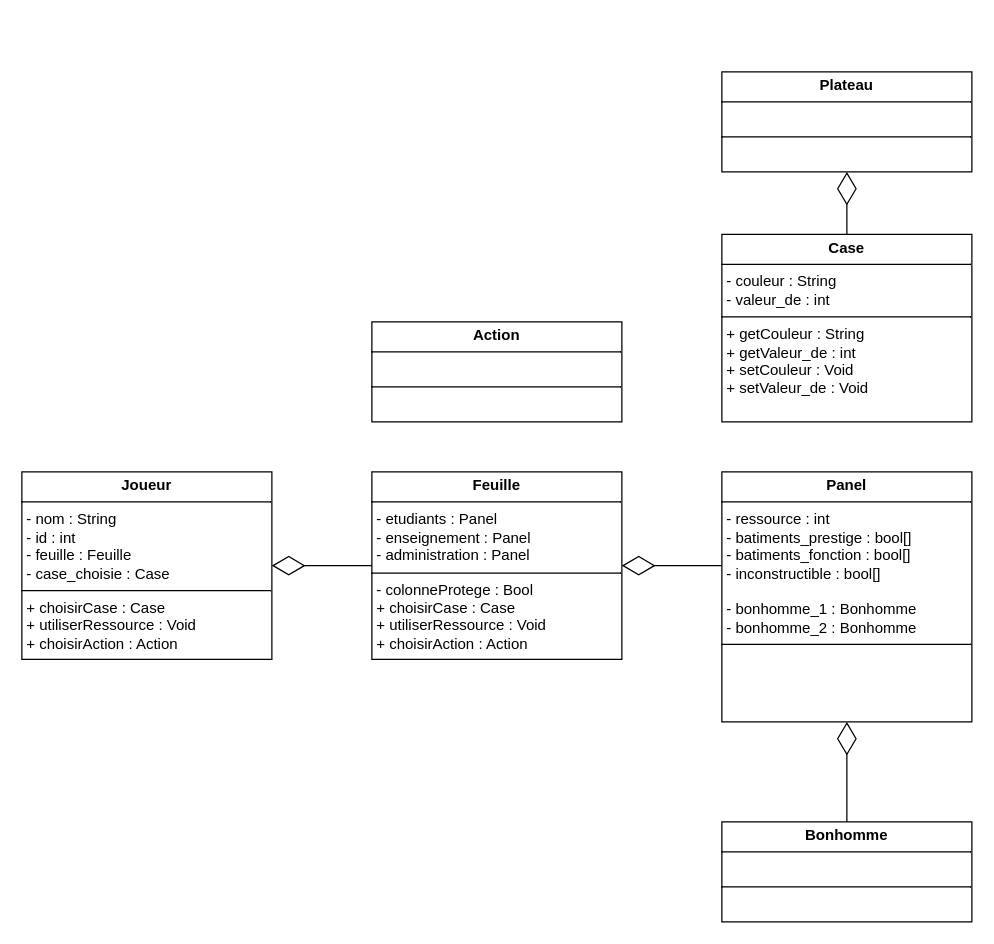
Above: diagrammeClassTroyes-Dice.drawio in AntoineMilochevitch/Troyes-Dice (draw.io), before the change. Source tidied: cells renumbered, new cells numbered last; positions are measured from the earlier drawing's top-left corner, leaving out a move shared by most shapes. Both pictures are drawn from the tidied source at 125%, with x=0, y=0 at pixel (21, 71).
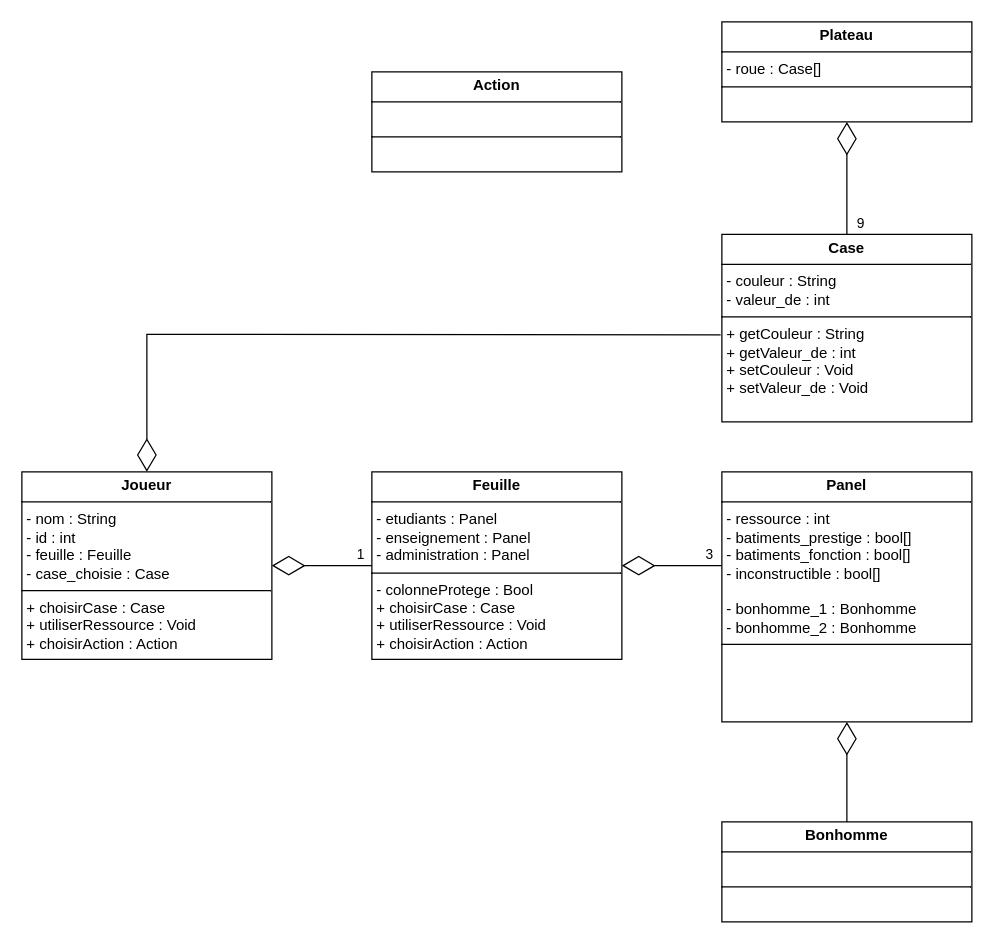
The same diagram, later.

Commit message:
Mettre à jour diagrammeClassTroyes-Dice.drawio

Unchanged cells that the change refers to:
```xml
<mxCell id="2" value="&lt;p style=&quot;margin:0px;margin-top:4px;text-align:center;&quot;&gt;&lt;b&gt;Joueur&lt;/b&gt;&lt;/p&gt;&lt;hr size=&quot;1&quot; style=&quot;border-style:solid;&quot;&gt;&lt;p style=&quot;margin:0px;margin-left:4px;&quot;&gt;- nom : String&lt;/p&gt;&lt;p style=&quot;margin:0px;margin-left:4px;&quot;&gt;- id : int&lt;/p&gt;&lt;p style=&quot;margin:0px;margin-left:4px;&quot;&gt;- feuille : Feuille&lt;/p&gt;&lt;p style=&quot;margin:0px;margin-left:4px;&quot;&gt;- case_choisie : Case&lt;/p&gt;&lt;hr size=&quot;1&quot; style=&quot;border-style:solid;&quot;&gt;&lt;p style=&quot;margin:0px;margin-left:4px;&quot;&gt;+ choisirCase : Case&lt;/p&gt;&lt;p style=&quot;margin:0px;margin-left:4px;&quot;&gt;+ utiliserRessource : Void&lt;/p&gt;&lt;p style=&quot;margin:0px;margin-left:4px;&quot;&gt;+ choisirAction : Action&lt;/p&gt;" style="verticalAlign=top;align=left;overflow=fill;html=1;whiteSpace=wrap;" parent="1" vertex="1">
  <mxGeometry y="320" width="200" height="150" as="geometry" />
</mxCell>
<mxCell id="5" style="endArrow=diamondThin;endFill=0;endSize=24;html=1;rounded=0;exitX=0;exitY=0.5;exitDx=0;exitDy=0;entryX=1;entryY=0.5;entryDx=0;entryDy=0;" parent="1" edge="1" source="4" target="2">
  <mxGeometry relative="1" as="geometry">
    <Array as="points">
      <mxPoint x="280" y="395" />
    </Array>
  </mxGeometry>
</mxCell>
<mxCell id="6" value="&lt;p style=&quot;margin:0px;margin-top:4px;text-align:center;&quot;&gt;&lt;b&gt;Case&lt;/b&gt;&lt;/p&gt;&lt;hr size=&quot;1&quot; style=&quot;border-style:solid;&quot;&gt;&lt;p style=&quot;margin:0px;margin-left:4px;&quot;&gt;- couleur : String&lt;/p&gt;&lt;p style=&quot;margin:0px;margin-left:4px;&quot;&gt;- valeur_de : int&lt;/p&gt;&lt;hr size=&quot;1&quot; style=&quot;border-style:solid;&quot;&gt;&lt;p style=&quot;margin:0px;margin-left:4px;&quot;&gt;+ getCouleur : String&lt;/p&gt;&lt;p style=&quot;margin:0px;margin-left:4px;&quot;&gt;+ getValeur_de : int&lt;/p&gt;&lt;p style=&quot;margin:0px;margin-left:4px;&quot;&gt;+ setCouleur : Void&lt;/p&gt;&lt;p style=&quot;margin:0px;margin-left:4px;&quot;&gt;+ setValeur_de : Void&lt;/p&gt;" style="verticalAlign=top;align=left;overflow=fill;html=1;whiteSpace=wrap;" parent="1" vertex="1">
  <mxGeometry x="560" y="130" width="200" height="150" as="geometry" />
</mxCell>
<mxCell id="8" style="endArrow=diamondThin;endFill=0;endSize=24;html=1;rounded=0;exitX=0.5;exitY=0;exitDx=0;exitDy=0;entryX=0.5;entryY=1;entryDx=0;entryDy=0;" parent="1" edge="1" source="6" target="7">
  <mxGeometry relative="1" as="geometry">
    <Array as="points">
      <mxPoint x="660" y="120" />
    </Array>
  </mxGeometry>
</mxCell>
<mxCell id="10" style="endArrow=diamondThin;endFill=0;endSize=24;html=1;rounded=0;entryX=1;entryY=0.5;entryDx=0;entryDy=0;" parent="1" edge="1" target="4">
  <mxGeometry relative="1" as="geometry">
    <mxPoint x="560" y="395" as="sourcePoint" />
    <Array as="points">
      <mxPoint x="520" y="395" />
    </Array>
  </mxGeometry>
</mxCell>
```

Diff of the diagram source:
```diff
@@
     <mxCell id="3" value="&lt;p style=&quot;margin:0px;margin-top:4px;text-align:center;&quot;&gt;&lt;b&gt;Action&lt;/b&gt;&lt;/p&gt;&lt;hr size=&quot;1&quot; style=&quot;border-style:solid;&quot;&gt;&lt;p style=&quot;margin:0px;margin-left:4px;&quot;&gt;&lt;br&gt;&lt;/p&gt;&lt;hr size=&quot;1&quot; style=&quot;border-style:solid;&quot;&gt;&lt;p style=&quot;margin:0px;margin-left:4px;&quot;&gt;&lt;br&gt;&lt;/p&gt;" style="verticalAlign=top;align=left;overflow=fill;html=1;whiteSpace=wrap;" parent="1" vertex="1">
-      <mxGeometry x="280" y="200" width="200" height="80" as="geometry" />
+      <mxGeometry x="280" width="200" height="80" as="geometry" />
     </mxCell>
@@
+    <mxCell id="13" value="1" style="edgeLabel;html=1;align=center;verticalAlign=middle;" parent="5" vertex="1">
+      <mxGeometry x="-0.14" y="1" relative="1" as="geometry">
+        <mxPoint x="24" y="-11" as="offset" />
+      </mxGeometry>
+    </mxCell>
@@
-    <mxCell id="7" value="&lt;p style=&quot;margin:0px;margin-top:4px;text-align:center;&quot;&gt;&lt;b&gt;Plateau&lt;/b&gt;&lt;/p&gt;&lt;hr size=&quot;1&quot; style=&quot;border-style:solid;&quot;&gt;&lt;p style=&quot;margin:0px;margin-left:4px;&quot;&gt;&lt;br&gt;&lt;/p&gt;&lt;hr size=&quot;1&quot; style=&quot;border-style:solid;&quot;&gt;&lt;p style=&quot;margin:0px;margin-left:4px;&quot;&gt;&lt;br&gt;&lt;/p&gt;" style="verticalAlign=top;align=left;overflow=fill;html=1;whiteSpace=wrap;" parent="1" vertex="1">
-      <mxGeometry x="560" width="200" height="80" as="geometry" />
+    <mxCell id="7" value="&lt;p style=&quot;margin:0px;margin-top:4px;text-align:center;&quot;&gt;&lt;b&gt;Plateau&lt;/b&gt;&lt;/p&gt;&lt;hr size=&quot;1&quot; style=&quot;border-style:solid;&quot;&gt;&lt;p style=&quot;margin:0px;margin-left:4px;&quot;&gt;- roue : Case[]&lt;/p&gt;&lt;hr size=&quot;1&quot; style=&quot;border-style:solid;&quot;&gt;&lt;p style=&quot;margin:0px;margin-left:4px;&quot;&gt;&lt;br&gt;&lt;/p&gt;" style="verticalAlign=top;align=left;overflow=fill;html=1;whiteSpace=wrap;" parent="1" vertex="1">
+      <mxGeometry x="560" y="-40" width="200" height="80" as="geometry" />
     </mxCell>
@@
+    <mxCell id="14" value="9" style="edgeLabel;html=1;align=center;verticalAlign=middle;" parent="8" vertex="1">
+      <mxGeometry x="-0.62" y="-1" relative="1" as="geometry">
+        <mxPoint x="9" y="7" as="offset" />
+      </mxGeometry>
+    </mxCell>
@@
+    <mxCell id="15" value="3" style="edgeLabel;html=1;align=center;verticalAlign=middle;" parent="10" vertex="1">
+      <mxGeometry x="-0.73" y="-3" relative="1" as="geometry">
+        <mxPoint y="-7" as="offset" />
+      </mxGeometry>
+    </mxCell>
@@
+    <mxCell id="16" style="endArrow=diamondThin;endFill=0;endSize=24;html=1;rounded=0;entryX=0.5;entryY=0;entryDx=0;entryDy=0;exitX=-0.005;exitY=0.536;exitDx=0;exitDy=0;exitPerimeter=0;" parent="1" edge="1" source="6" target="2">
+      <mxGeometry relative="1" as="geometry">
+        <Array as="points">
+          <mxPoint x="100" y="210" />
+        </Array>
+      </mxGeometry>
+    </mxCell>
```
